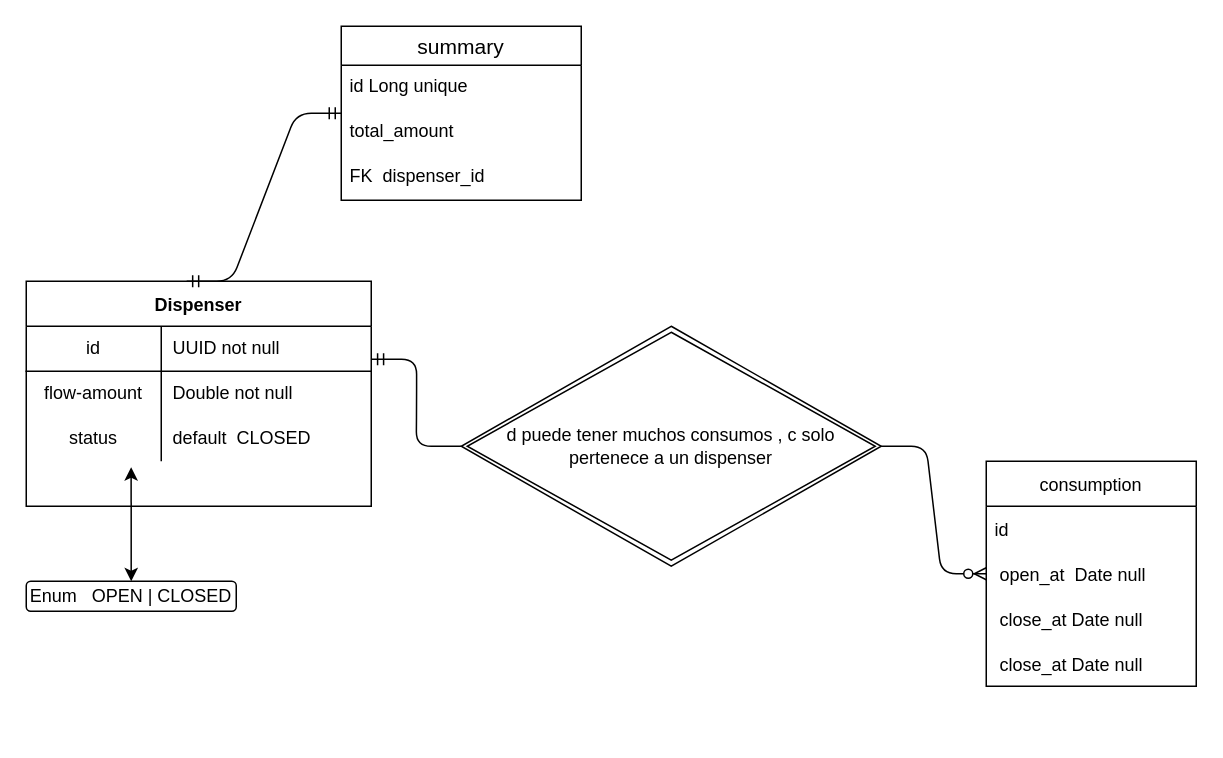
Above: uml.drawio in KevinSDJ/BeerTapDispenser (draw.io), before the change. Source tidied: cells renumbered, new cells numbered last; positions are measured from the earlier drawing's top-left corner, leaving out a move shared by most shapes. Both pictures are drawn from the tidied source at 150%, with x=0, y=0 at pixel (26, 26).
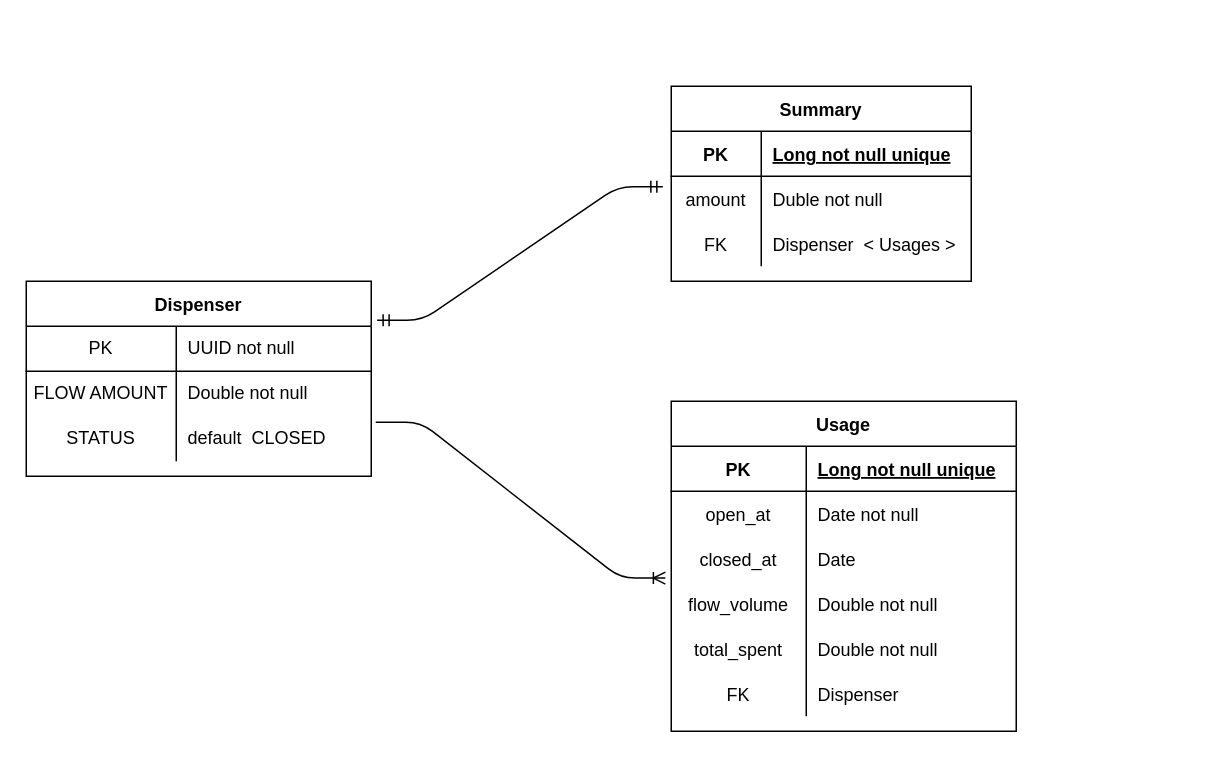
Above is the later version.

The change refers to these unchanged cells:
```xml
<mxCell id="3" style="shape=partialRectangle;html=1;whiteSpace=wrap;fillColor=none;top=0;left=0;bottom=1;right=0;points=[[0,0.5],[1,0.5]];portConstraint=eastwest;" parent="2" vertex="1">
  <mxGeometry y="30" width="230" height="30" as="geometry" />
</mxCell>
<mxCell id="6" style="shape=partialRectangle;html=1;whiteSpace=wrap;fillColor=none;top=0;left=0;bottom=0;right=0;" parent="2" vertex="1">
  <mxGeometry y="60" width="230" height="30" as="geometry" />
</mxCell>
<mxCell id="9" style="shape=partialRectangle;html=1;whiteSpace=wrap;fillColor=none;top=0;left=0;bottom=0;right=0;points=[[0,0.5],[1,0.5]];portConstraint=eastwest;" parent="2" vertex="1">
  <mxGeometry y="90" width="230" height="30" as="geometry" />
</mxCell>
```

Change to the diagram source:
```diff
@@
     <mxCell id="2" value="Dispenser" style="shape=table;startSize=30;childLayout=tableLayout;rowLines=0;fontStyle=1;align=center;" parent="1" vertex="1">
-      <mxGeometry y="170" width="230" height="150" as="geometry" />
+      <mxGeometry y="170" width="230" height="130" as="geometry" />
     </mxCell>
@@
-    <mxCell id="4" value="id" style="shape=partialRectangle;html=1;whiteSpace=wrap;fillColor=none;top=0;left=0;bottom=0;right=0;overflow=hidden;" parent="3" vertex="1">
-      <mxGeometry width="90" height="30" as="geometry" />
+    <mxCell id="4" value="PK" style="shape=partialRectangle;html=1;whiteSpace=wrap;fillColor=none;top=0;left=0;bottom=0;right=0;overflow=hidden;" parent="3" vertex="1">
+      <mxGeometry width="100" height="30" as="geometry" />
     </mxCell>
     <mxCell id="5" value="UUID not null" style="shape=partialRectangle;html=1;whiteSpace=wrap;fillColor=none;top=0;left=0;bottom=0;right=0;align=left;spacingLeft=6;overflow=hidden;" parent="3" vertex="1">
-      <mxGeometry x="90" width="140" height="30" as="geometry" />
+      <mxGeometry x="100" width="130" height="30" as="geometry" />
     </mxCell>
@@
-    <mxCell id="7" value="flow-amount" style="shape=partialRectangle;html=1;whiteSpace=wrap;fillColor=none;top=0;left=0;bottom=0;right=0;overflow=hidden;" parent="6" vertex="1">
-      <mxGeometry width="90" height="30" as="geometry" />
+    <mxCell id="7" value="FLOW AMOUNT" style="shape=partialRectangle;html=1;whiteSpace=wrap;fillColor=none;top=0;left=0;bottom=0;right=0;overflow=hidden;" parent="6" vertex="1">
+      <mxGeometry width="100" height="30" as="geometry" />
     </mxCell>
     <mxCell id="8" value="Double not null&amp;nbsp;" style="shape=partialRectangle;html=1;whiteSpace=wrap;fillColor=none;top=0;left=0;bottom=0;right=0;align=left;spacingLeft=6;overflow=hidden;" parent="6" vertex="1">
-      <mxGeometry x="90" width="140" height="30" as="geometry" />
+      <mxGeometry x="100" width="130" height="30" as="geometry" />
     </mxCell>
@@
-    <mxCell id="10" value="status" style="shape=partialRectangle;html=1;whiteSpace=wrap;fillColor=none;top=0;left=0;bottom=0;right=0;overflow=hidden;" parent="9" vertex="1">
-      <mxGeometry width="90" height="30" as="geometry" />
+    <mxCell id="10" value="STATUS" style="shape=partialRectangle;html=1;whiteSpace=wrap;fillColor=none;top=0;left=0;bottom=0;right=0;overflow=hidden;" parent="9" vertex="1">
+      <mxGeometry width="100" height="30" as="geometry" />
     </mxCell>
     <mxCell id="11" value="default&amp;nbsp; CLOSED" style="shape=partialRectangle;html=1;whiteSpace=wrap;fillColor=none;top=0;left=0;bottom=0;right=0;align=left;spacingLeft=6;overflow=hidden;" parent="9" vertex="1">
-      <mxGeometry x="90" width="140" height="30" as="geometry" />
+      <mxGeometry x="100" width="130" height="30" as="geometry" />
     </mxCell>
-    <mxCell id="12" value="consumption" style="swimlane;fontStyle=0;horizontal=1;startSize=30;" parent="1" vertex="1">
-      <mxGeometry x="640" y="290" width="140" height="150" as="geometry" />
-    </mxCell>
-    <mxCell id="13" value="id" style="text;strokeColor=none;fillColor=none;align=left;verticalAlign=middle;spacingLeft=4;spacingRight=4;overflow=hidden;" parent="12" vertex="1">
-      <mxGeometry y="30" width="140" height="30" as="geometry" />
-    </mxCell>
-    <mxCell id="14" value=" open_at  Date null" style="text;strokeColor=none;fillColor=none;align=left;verticalAlign=middle;spacingLeft=4;spacingRight=4;overflow=hidden;points=[[0,0.5],[1,0.5]];portConstraint=eastwest;" parent="12" vertex="1">
-      <mxGeometry y="60" width="140" height="30" as="geometry" />
-    </mxCell>
-    <mxCell id="15" value=" close_at Date null" style="text;strokeColor=none;fillColor=none;align=left;verticalAlign=middle;spacingLeft=4;spacingRight=4;overflow=hidden;" parent="12" vertex="1">
-      <mxGeometry y="90" width="140" height="30" as="geometry" />
-    </mxCell>
-    <mxCell id="16" value=" close_at Date null" style="text;strokeColor=none;fillColor=none;align=left;verticalAlign=middle;spacingLeft=4;spacingRight=4;overflow=hidden;" parent="12" vertex="1">
-      <mxGeometry y="120" width="140" height="30" as="geometry" />
-    </mxCell>
-    <mxCell id="17" style="edgeStyle=entityRelationEdgeStyle;fontSize=12;html=1;endArrow=ERzeroToMany;startArrow=none;exitX=1;exitY=0.5;exitDx=0;exitDy=0;entryX=0;entryY=0.5;entryDx=0;entryDy=0;" parent="1" edge="1" source="25" target="14">
-      <mxGeometry relative="1" as="geometry" />
-    </mxCell>
-    <mxCell id="18" style="edgeStyle=entityRelationEdgeStyle;fontSize=12;html=1;endArrow=ERmandOne;startArrow=ERmandOne;exitX=0.465;exitY=0;exitDx=0;exitDy=0;exitPerimeter=0;" parent="1" edge="1" source="2" target="19">
-      <mxGeometry relative="1" as="geometry" />
-    </mxCell>
-    <mxCell id="19" value="summary" style="swimlane;fontStyle=0;horizontal=1;startSize=26;align=center;fontSize=14;" parent="1" vertex="1">
-      <mxGeometry x="210" width="160" height="116" as="geometry" />
-    </mxCell>
-    <mxCell id="20" value="id Long unique" style="text;strokeColor=none;fillColor=none;spacingLeft=4;spacingRight=4;overflow=hidden;fontSize=12;" parent="19" vertex="1">
-      <mxGeometry y="26" width="160" height="30" as="geometry" />
-    </mxCell>
-    <mxCell id="21" value="total_amount" style="text;strokeColor=none;fillColor=none;spacingLeft=4;spacingRight=4;overflow=hidden;fontSize=12;" parent="19" vertex="1">
-      <mxGeometry y="56" width="160" height="30" as="geometry" />
-    </mxCell>
-    <mxCell id="22" value="FK  dispenser_id" style="text;strokeColor=none;fillColor=none;spacingLeft=4;spacingRight=4;overflow=hidden;fontSize=12;" parent="19" vertex="1">
-      <mxGeometry y="86" width="160" height="30" as="geometry" />
-    </mxCell>
-    <mxCell id="23" style="endArrow=classic;startArrow=classic;html=1;exitX=0.304;exitY=1.133;exitDx=0;exitDy=0;exitPerimeter=0;" parent="1" edge="1" source="9" target="24">
-      <mxGeometry relative="1" as="geometry" />
-    </mxCell>
-    <mxCell id="24" value="Enum&amp;nbsp; &amp;nbsp;OPEN | CLOSED" style="rounded=1;whiteSpace=wrap;html=1;" parent="1" vertex="1">
-      <mxGeometry y="370" width="140" height="20" as="geometry" />
-    </mxCell>
-    <mxCell id="25" value="&lt;font style=&quot;font-size: 12px&quot;&gt;&lt;font style=&quot;font-size: 12px&quot;&gt;d puede tener muchos consumos , c solo pertenece a un dispense&lt;/font&gt;r&lt;/font&gt;" style="shape=rhombus;double=1;perimeter=rhombusPerimeter;whiteSpace=wrap;html=1;align=center;" parent="1" vertex="1">
-      <mxGeometry x="290" y="200" width="280" height="160" as="geometry" />
-    </mxCell>
-    <mxCell id="26" style="edgeStyle=entityRelationEdgeStyle;fontSize=12;html=1;endArrow=none;startArrow=ERmandOne;exitX=1.001;exitY=0.734;exitDx=0;exitDy=0;exitPerimeter=0;entryX=0;entryY=0.5;entryDx=0;entryDy=0;" parent="1" edge="1" source="3" target="25">
-      <mxGeometry relative="1" as="geometry" />
-    </mxCell>
+    <mxCell id="27" value="Usage" style="shape=table;startSize=30;childLayout=tableLayout;rowLines=0;fontStyle=1;align=center;" parent="1" vertex="1">
+      <mxGeometry x="430" y="250" width="230" height="220" as="geometry" />
+    </mxCell>
+    <mxCell id="28" style="shape=partialRectangle;fillColor=none;top=0;left=0;bottom=1;right=0;" parent="27" vertex="1">
+      <mxGeometry y="30" width="230" height="30" as="geometry" />
+    </mxCell>
+    <mxCell id="29" value="PK" style="shape=partialRectangle;fillColor=none;top=0;left=0;bottom=0;right=0;fontStyle=1;overflow=hidden;" parent="28" vertex="1">
+      <mxGeometry width="90" height="30" as="geometry" />
+    </mxCell>
+    <mxCell id="30" value="Long not null unique" style="shape=partialRectangle;fillColor=none;top=0;left=0;bottom=0;right=0;align=left;spacingLeft=6;fontStyle=5;overflow=hidden;" parent="28" vertex="1">
+      <mxGeometry x="90" width="140" height="30" as="geometry" />
+    </mxCell>
+    <mxCell id="31" style="shape=partialRectangle;fillColor=none;top=0;left=0;bottom=0;right=0;" parent="27" vertex="1">
+      <mxGeometry y="60" width="230" height="30" as="geometry" />
+    </mxCell>
+    <mxCell id="32" value="open_at" style="shape=partialRectangle;fillColor=none;top=0;left=0;bottom=0;right=0;overflow=hidden;" parent="31" vertex="1">
+      <mxGeometry width="90" height="30" as="geometry" />
+    </mxCell>
+    <mxCell id="33" value="Date not null" style="shape=partialRectangle;fillColor=none;top=0;left=0;bottom=0;right=0;align=left;spacingLeft=6;overflow=hidden;" parent="31" vertex="1">
+      <mxGeometry x="90" width="140" height="30" as="geometry" />
+    </mxCell>
+    <mxCell id="34" style="shape=partialRectangle;fillColor=none;top=0;left=0;bottom=0;right=0;" parent="27" vertex="1">
+      <mxGeometry y="90" width="230" height="30" as="geometry" />
+    </mxCell>
+    <mxCell id="35" value="closed_at" style="shape=partialRectangle;fillColor=none;top=0;left=0;bottom=0;right=0;overflow=hidden;" parent="34" vertex="1">
+      <mxGeometry width="90" height="30" as="geometry" />
+    </mxCell>
+    <mxCell id="36" value="Date " style="shape=partialRectangle;fillColor=none;top=0;left=0;bottom=0;right=0;align=left;spacingLeft=6;overflow=hidden;" parent="34" vertex="1">
+      <mxGeometry x="90" width="140" height="30" as="geometry" />
+    </mxCell>
+    <mxCell id="37" style="shape=partialRectangle;fillColor=none;top=0;left=0;bottom=0;right=0;points=[[0,0.5],[1,0.5]];portConstraint=eastwest;" parent="27" vertex="1">
+      <mxGeometry y="120" width="230" height="30" as="geometry" />
+    </mxCell>
+    <mxCell id="38" value="flow_volume" style="shape=partialRectangle;fillColor=none;top=0;left=0;bottom=0;right=0;overflow=hidden;" parent="37" vertex="1">
+      <mxGeometry width="90" height="30" as="geometry" />
+    </mxCell>
+    <mxCell id="39" value="Double not null" style="shape=partialRectangle;fillColor=none;top=0;left=0;bottom=0;right=0;align=left;spacingLeft=6;overflow=hidden;" parent="37" vertex="1">
+      <mxGeometry x="90" width="140" height="30" as="geometry" />
+    </mxCell>
+    <mxCell id="40" style="shape=partialRectangle;fillColor=none;top=0;left=0;bottom=0;right=0;" parent="27" vertex="1">
+      <mxGeometry y="150" width="230" height="30" as="geometry" />
+    </mxCell>
+    <mxCell id="41" value="total_spent" style="shape=partialRectangle;fillColor=none;top=0;left=0;bottom=0;right=0;overflow=hidden;" parent="40" vertex="1">
+      <mxGeometry width="90" height="30" as="geometry" />
+    </mxCell>
+    <mxCell id="42" value="Double not null" style="shape=partialRectangle;fillColor=none;top=0;left=0;bottom=0;right=0;align=left;spacingLeft=6;overflow=hidden;" parent="40" vertex="1">
+      <mxGeometry x="90" width="140" height="30" as="geometry" />
+    </mxCell>
+    <mxCell id="43" style="shape=partialRectangle;fillColor=none;top=0;left=0;bottom=0;right=0;" parent="27" vertex="1">
+      <mxGeometry y="180" width="230" height="30" as="geometry" />
+    </mxCell>
+    <mxCell id="44" value="FK" style="shape=partialRectangle;fillColor=none;top=0;left=0;bottom=0;right=0;overflow=hidden;" parent="43" vertex="1">
+      <mxGeometry width="90" height="30" as="geometry" />
+    </mxCell>
+    <mxCell id="45" value="Dispenser" style="shape=partialRectangle;fillColor=none;top=0;left=0;bottom=0;right=0;align=left;spacingLeft=6;overflow=hidden;" parent="43" vertex="1">
+      <mxGeometry x="90" width="140" height="30" as="geometry" />
+    </mxCell>
+    <mxCell id="46" style="edgeStyle=entityRelationEdgeStyle;fontSize=12;html=1;endArrow=ERoneToMany;exitX=1.013;exitY=0.133;exitDx=0;exitDy=0;entryX=-0.017;entryY=-0.07;entryDx=0;entryDy=0;entryPerimeter=0;exitPerimeter=0;" parent="1" edge="1" source="9" target="37">
+      <mxGeometry relative="1" as="geometry" />
+    </mxCell>
+    <mxCell id="47" value="Summary" style="shape=table;startSize=30;childLayout=tableLayout;rowLines=0;fontStyle=1;align=center;" parent="1" vertex="1">
+      <mxGeometry x="430" y="40" width="200" height="130" as="geometry" />
+    </mxCell>
+    <mxCell id="48" style="shape=partialRectangle;fillColor=none;top=0;left=0;bottom=1;right=0;" parent="47" vertex="1">
+      <mxGeometry y="30" width="200" height="30" as="geometry" />
+    </mxCell>
+    <mxCell id="49" value="PK" style="shape=partialRectangle;fillColor=none;top=0;left=0;bottom=0;right=0;fontStyle=1;overflow=hidden;" parent="48" vertex="1">
+      <mxGeometry width="60" height="30" as="geometry" />
+    </mxCell>
+    <mxCell id="50" value="Long not null unique" style="shape=partialRectangle;fillColor=none;top=0;left=0;bottom=0;right=0;align=left;spacingLeft=6;fontStyle=5;overflow=hidden;" parent="48" vertex="1">
+      <mxGeometry x="60" width="140" height="30" as="geometry" />
+    </mxCell>
+    <mxCell id="51" style="shape=partialRectangle;fillColor=none;top=0;left=0;bottom=0;right=0;points=[[0,0.5],[1,0.5]];portConstraint=eastwest;" parent="47" vertex="1">
+      <mxGeometry y="60" width="200" height="30" as="geometry" />
+    </mxCell>
+    <mxCell id="52" value="amount" style="shape=partialRectangle;fillColor=none;top=0;left=0;bottom=0;right=0;overflow=hidden;" parent="51" vertex="1">
+      <mxGeometry width="60" height="30" as="geometry" />
+    </mxCell>
+    <mxCell id="53" value="Duble not null " style="shape=partialRectangle;fillColor=none;top=0;left=0;bottom=0;right=0;align=left;spacingLeft=6;overflow=hidden;" parent="51" vertex="1">
+      <mxGeometry x="60" width="140" height="30" as="geometry" />
+    </mxCell>
+    <mxCell id="54" style="shape=partialRectangle;fillColor=none;top=0;left=0;bottom=0;right=0;" parent="47" vertex="1">
+      <mxGeometry y="90" width="200" height="30" as="geometry" />
+    </mxCell>
+    <mxCell id="55" value="FK" style="shape=partialRectangle;fillColor=none;top=0;left=0;bottom=0;right=0;overflow=hidden;" parent="54" vertex="1">
+      <mxGeometry width="60" height="30" as="geometry" />
+    </mxCell>
+    <mxCell id="56" value="Dispenser  &lt; Usages &gt;" style="shape=partialRectangle;fillColor=none;top=0;left=0;bottom=0;right=0;align=left;spacingLeft=6;overflow=hidden;" parent="54" vertex="1">
+      <mxGeometry x="60" width="140" height="30" as="geometry" />
+    </mxCell>
+    <mxCell id="57" style="edgeStyle=entityRelationEdgeStyle;fontSize=12;html=1;endArrow=ERmandOne;startArrow=ERmandOne;exitX=1.017;exitY=0.2;exitDx=0;exitDy=0;exitPerimeter=0;entryX=-0.028;entryY=0.233;entryDx=0;entryDy=0;entryPerimeter=0;" parent="1" edge="1" source="2" target="51">
+      <mxGeometry relative="1" as="geometry" />
+    </mxCell>
```
